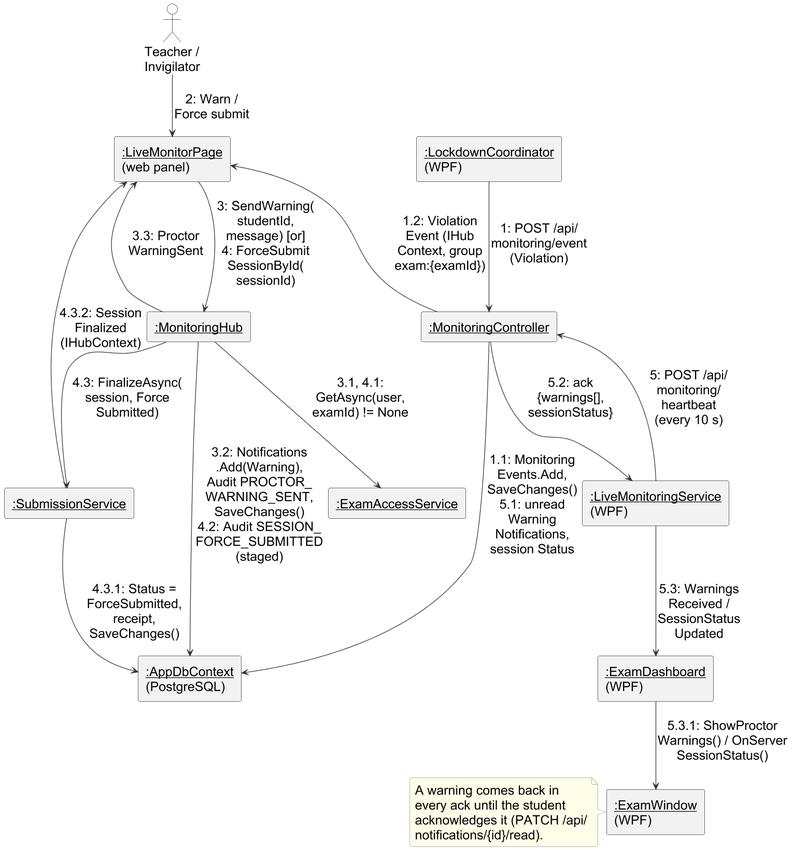
The PlantUML diagram important docs/fyp_doc_3chatp/Figures/communication_diagram.png in Haiderali27-hub/AI-Lab-Monitoring-, before a commit.
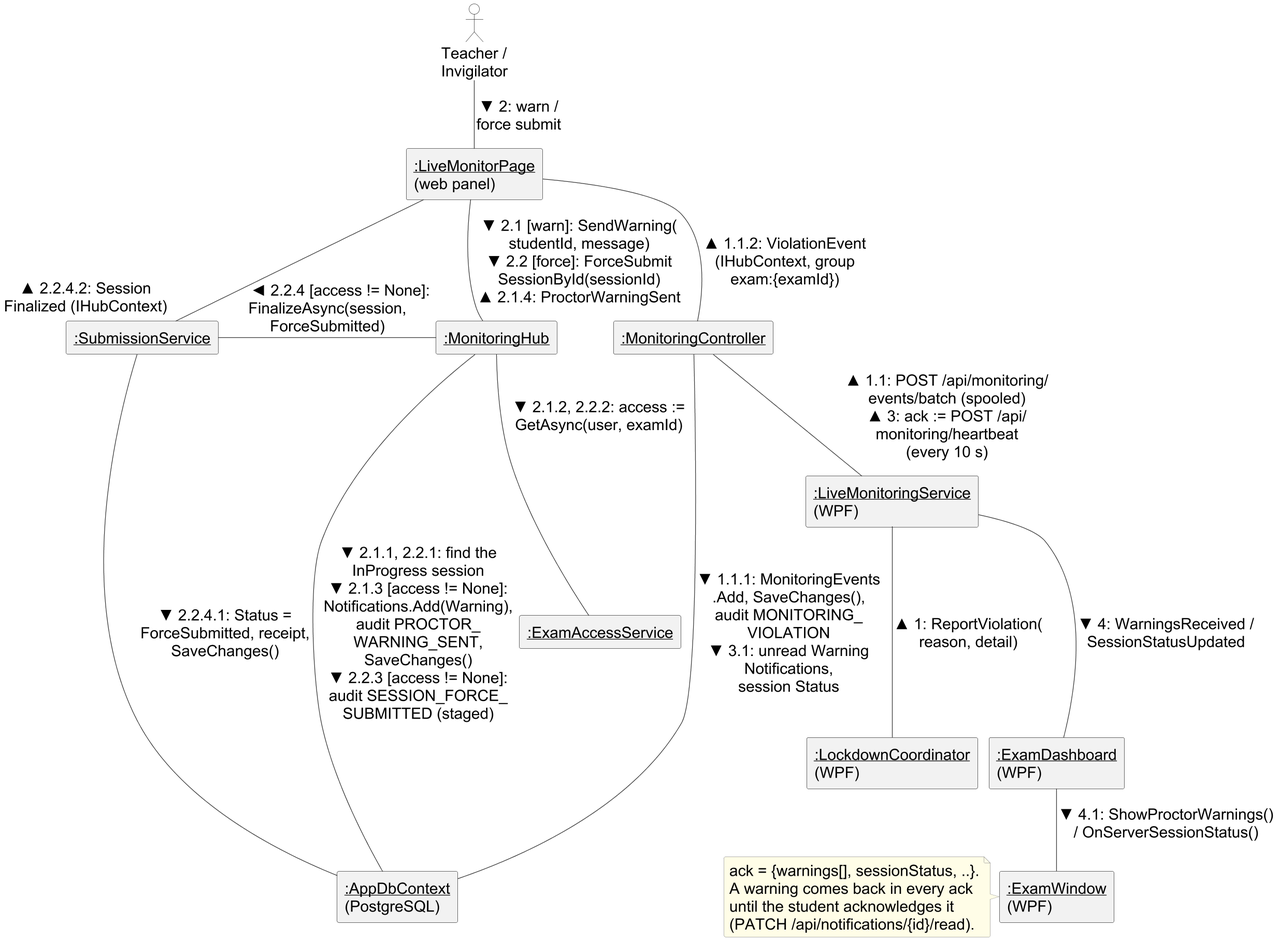
Later version of the same file.

The edit, as a diff of the source:
```diff
@@ -1,9 +1,9 @@
 @startuml
 !include style.iuml
 skinparam dpi 120
-skinparam defaultFontSize 20
-skinparam ArrowFontSize 20
-skinparam nodesep 12
+skinparam defaultFontSize 24
+skinparam ArrowFontSize 24
+skinparam nodesep 14
 skinparam ranksep 44
 skinparam rectangle {
   BackgroundColor #F2F2F2
@@ -21,26 +21,27 @@
 rectangle "<u>:ExamDashboard</u>\n(WPF)" as EDB
 rectangle "<u>:ExamWindow</u>\n(WPF)" as WIN
 
-STAFF -down-> WEB : 2: Warn /\nForce submit
-WEB -down-> HUB : 3: SendWarning(\nstudentId,\nmessage) [or]\n4: ForceSubmit\nSessionById(\nsessionId)
-HUB -up-> WEB : 3.3: Proctor\nWarningSent
-HUB -down-> ACC : 3.1, 4.1:\nGetAsync(user,\nexamId) != None
-HUB -down-> SUB : 4.3: FinalizeAsync(\nsession, Force\nSubmitted)
-HUB -down-> DB : 3.2: Notifications\n.Add(Warning),\nAudit PROCTOR_\nWARNING_SENT,\nSaveChanges()\n4.2: Audit SESSION_\nFORCE_SUBMITTED\n(staged)
-SUB -down-> DB : 4.3.1: Status =\nForceSubmitted,\nreceipt,\nSaveChanges()
-SUB -up-> WEB : 4.3.2: Session\nFinalized\n(IHubContext)
-LOCK -down-> CTRL : 1: POST /api/\nmonitoring/event\n(Violation)
-CTRL -up-> WEB : 1.2: Violation\nEvent (IHub\nContext, group\nexam:{examId})
-CTRL -down-> DB : 1.1: Monitoring\nEvents.Add,\nSaveChanges()\n5.1: unread\nWarning\nNotifications,\nsession Status
-LMS -up-> CTRL : 5: POST /api/\nmonitoring/\nheartbeat\n(every 10 s)
-CTRL -down-> LMS : 5.2: ack\n{warnings[],\nsessionStatus}
-LMS -down-> EDB : 5.3: Warnings\nReceived /\nSessionStatus\nUpdated
-EDB -down-> WIN : 5.3.1: ShowProctor\nWarnings() / OnServer\nSessionStatus()
+STAFF -down- WEB : <U+25BC> 2: warn /\nforce submit
+WEB -down- HUB : <U+25BC> 2.1 [warn]: SendWarning(\nstudentId, message)\n<U+25BC> 2.2 [force]: ForceSubmit\nSessionById(sessionId)\n<U+25B2> 2.1.4: ProctorWarningSent
+SUB -right- HUB : <U+00A0><U+00A0><U+00A0><U+00A0><U+00A0><U+00A0><U+25C4> 2.2.4 [access != None]:\nFinalizeAsync(session,\nForceSubmitted)
+HUB -down- ACC : <U+25BC> 2.1.2, 2.2.2: access :=\nGetAsync(user, examId)
+HUB ---- DB : <U+25BC> 2.1.1, 2.2.1: find the\nInProgress session\n<U+25BC> 2.1.3 [access != None]:\nNotifications.Add(Warning),\naudit PROCTOR_\nWARNING_SENT,\nSaveChanges()\n<U+25BC> 2.2.3 [access != None]:\naudit SESSION_FORCE_\nSUBMITTED (staged)
+SUB ---- DB : <U+25BC> 2.2.4.1: Status =\nForceSubmitted, receipt,\nSaveChanges()
+WEB -down- "<U+25B2> 2.2.4.2: Session\nFinalized (IHubContext)" SUB
+LMS -down- LOCK : <U+25B2> 1: ReportViolation(\nreason, detail)
+LMS -up- CTRL : <U+25B2> 1.1: POST /api/monitoring/\nevents/batch (spooled)\n<U+25B2> 3: ack := POST /api/\nmonitoring/heartbeat\n(every 10 s)
+CTRL -up- WEB : <U+25B2> 1.1.2: ViolationEvent\n(IHubContext, group\nexam:{examId})
+CTRL ---- DB : <U+25BC> 1.1.1: MonitoringEvents\n.Add, SaveChanges(),\naudit MONITORING_\nVIOLATION\n<U+25BC> 3.1: unread Warning\nNotifications,\nsession Status
+LMS -down- EDB : <U+25BC> 4: WarningsReceived /\nSessionStatusUpdated
+EDB -down- WIN : <U+25BC> 4.1: ShowProctorWarnings()\n/ OnServerSessionStatus()
+
+HUB -[hidden]right- CTRL
+ACC -[hidden]down- DB
 
 note left of WIN
-  A warning comes back in
-  every ack until the student
-  acknowledges it (PATCH /api/
-  notifications/{id}/read).
+  ack = {warnings[], sessionStatus, ..}.
+  A warning comes back in every ack
+  until the student acknowledges it
+  (PATCH /api/notifications/{id}/read).
 end note
 @enduml
```
